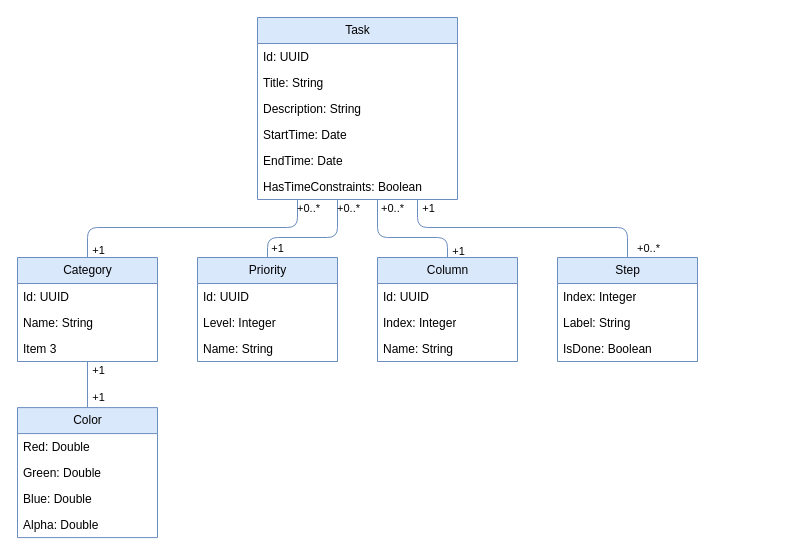
The draw.io diagram Documentation/Diagrams/data.drawio in badalnoky/TaskWise, before the edit. Source tidied: cells renumbered, new cells numbered last; positions are measured from the earlier drawing's top-left corner, leaving out a move shared by most shapes. Both pictures are drawn from the tidied source at 100%, with x=0, y=0 at pixel (17, 17).
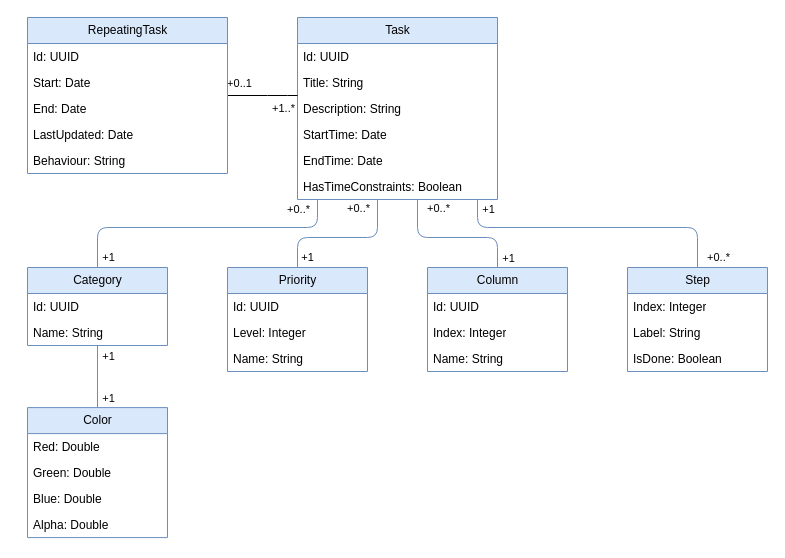
After the change.

Unchanged cells that the change refers to:
```xml
<mxCell id="37" style="edgeStyle=orthogonalEdgeStyle;rounded=0;jettySize=auto;html=1;entryX=0.5;entryY=0;entryDx=0;entryDy=0;fillColor=#dae8fc;strokeColor=#6c8ebf;endArrow=none;endFill=0;" parent="1" edge="1" source="40" target="24">
  <mxGeometry relative="1" as="geometry" />
</mxCell>
```

Change to the diagram source:
```diff
@@
     <mxCell id="2" style="edgeStyle=orthogonalEdgeStyle;rounded=1;jettySize=auto;html=1;entryX=0.5;entryY=0;entryDx=0;entryDy=0;fillColor=#dae8fc;strokeColor=#6c8ebf;endArrow=none;endFill=0;" parent="1" edge="1" source="13" target="40">
       <mxGeometry relative="1" as="geometry">
         <Array as="points">
-          <mxPoint x="280" y="210" />
-          <mxPoint x="70" y="210" />
+          <mxPoint x="300" y="210" />
+          <mxPoint x="80" y="210" />
         </Array>
       </mxGeometry>
     </mxCell>
     <mxCell id="3" value="+1" style="edgeLabel;html=1;align=center;verticalAlign=middle;labelBackgroundColor=none;" parent="2" vertex="1">
       <mxGeometry x="0.92" y="2" relative="1" as="geometry">
-        <mxPoint x="8" y="3" as="offset" />
+        <mxPoint x="8" y="1" as="offset" />
       </mxGeometry>
     </mxCell>
     <mxCell id="4" value="+0..*" style="edgeLabel;html=1;align=center;verticalAlign=middle;labelBackgroundColor=none;" parent="2" vertex="1">
       <mxGeometry x="-0.93" relative="1" as="geometry">
-        <mxPoint x="10" y="-1" as="offset" />
+        <mxPoint x="-20" y="-1" as="offset" />
       </mxGeometry>
     </mxCell>
     <mxCell id="5" value="+1" style="edgeStyle=orthogonalEdgeStyle;rounded=1;jettySize=auto;html=1;fillColor=#dae8fc;strokeColor=#6c8ebf;endArrow=none;endFill=0;labelBackgroundColor=none;" parent="1" edge="1" source="13" target="20">
       <mxGeometry x="0.86" y="10" relative="1" as="geometry">
         <Array as="points">
-          <mxPoint x="320" y="220" />
-          <mxPoint x="250" y="220" />
+          <mxPoint x="360" y="220" />
+          <mxPoint x="280" y="220" />
         </Array>
       </mxGeometry>
     </mxCell>
     <mxCell id="6" value="+0..*" style="edgeLabel;html=1;align=center;verticalAlign=middle;labelBackgroundColor=none;" parent="5" vertex="1">
       <mxGeometry relative="1" as="geometry">
-        <mxPoint x="36" y="-30" as="offset" />
+        <mxPoint x="16" y="-30" as="offset" />
       </mxGeometry>
     </mxCell>
     <mxCell id="7" style="edgeStyle=orthogonalEdgeStyle;rounded=1;jettySize=auto;html=1;entryX=0.5;entryY=0;entryDx=0;entryDy=0;fillColor=#dae8fc;strokeColor=#6c8ebf;endArrow=none;endFill=0;" parent="1" edge="1" source="13" target="29">
       <mxGeometry relative="1" as="geometry">
         <Array as="points">
-          <mxPoint x="360" y="220" />
-          <mxPoint x="430" y="220" />
+          <mxPoint x="400" y="220" />
+          <mxPoint x="480" y="220" />
         </Array>
       </mxGeometry>
     </mxCell>
@@
     <mxCell id="9" value="+0..*" style="edgeLabel;html=1;align=center;verticalAlign=middle;labelBackgroundColor=none;" parent="7" vertex="1">
       <mxGeometry relative="1" as="geometry">
-        <mxPoint x="-12" y="-30" as="offset" />
+        <mxPoint x="-16" y="-30" as="offset" />
       </mxGeometry>
     </mxCell>
     <mxCell id="10" style="edgeStyle=orthogonalEdgeStyle;rounded=1;jettySize=auto;html=1;entryX=0.5;entryY=0;entryDx=0;entryDy=0;fillColor=#dae8fc;strokeColor=#6c8ebf;endArrow=none;endFill=0;" parent="1" edge="1" source="13" target="33">
       <mxGeometry relative="1" as="geometry">
         <Array as="points">
-          <mxPoint x="400" y="210" />
-          <mxPoint x="610" y="210" />
+          <mxPoint x="460" y="210" />
+          <mxPoint x="680" y="210" />
         </Array>
       </mxGeometry>
     </mxCell>
@@
     <mxCell id="13" value="Task" style="swimlane;fontStyle=0;horizontal=1;startSize=26;fillColor=#dae8fc;html=1;strokeColor=#6c8ebf;" parent="1" vertex="1">
-      <mxGeometry x="240" width="200" height="182" as="geometry" />
+      <mxGeometry x="280" width="200" height="182" as="geometry" />
     </mxCell>
@@
     <mxCell id="20" value="Priority" style="swimlane;fontStyle=0;horizontal=1;startSize=26;fillColor=#dae8fc;html=1;strokeColor=#6c8ebf;" parent="1" vertex="1">
-      <mxGeometry x="180" y="240" width="140" height="104" as="geometry" />
+      <mxGeometry x="210" y="250" width="140" height="104" as="geometry" />
     </mxCell>
@@
     <mxCell id="24" value="Color" style="swimlane;fontStyle=0;horizontal=1;startSize=26;fillColor=#dae8fc;html=1;strokeColor=#6c8ebf;" parent="1" vertex="1">
-      <mxGeometry y="390.1" width="140" height="130" as="geometry" />
+      <mxGeometry x="10" y="390.1" width="140" height="130" as="geometry" />
     </mxCell>
@@
     <mxCell id="29" value="Column" style="swimlane;fontStyle=0;horizontal=1;startSize=26;fillColor=#dae8fc;html=1;strokeColor=#6c8ebf;" parent="1" vertex="1">
-      <mxGeometry x="360" y="240" width="140" height="104" as="geometry" />
+      <mxGeometry x="410" y="250" width="140" height="104" as="geometry" />
     </mxCell>
@@
     <mxCell id="33" value="Step" style="swimlane;fontStyle=0;horizontal=1;startSize=26;fillColor=#dae8fc;html=1;strokeColor=#6c8ebf;" parent="1" vertex="1">
-      <mxGeometry x="540" y="240" width="140" height="104" as="geometry" />
+      <mxGeometry x="610" y="250" width="140" height="104" as="geometry" />
     </mxCell>
@@
     <mxCell id="38" value="+1" style="edgeLabel;html=1;align=center;verticalAlign=middle;labelBackgroundColor=none;" parent="37" vertex="1">
       <mxGeometry x="0.23" y="4" relative="1" as="geometry">
-        <mxPoint x="6" y="7" as="offset" />
+        <mxPoint x="6" y="14" as="offset" />
       </mxGeometry>
     </mxCell>
@@
     <mxCell id="40" value="Category" style="swimlane;fontStyle=0;horizontal=1;startSize=26;fillColor=#dae8fc;html=1;strokeColor=#6c8ebf;" parent="1" vertex="1">
-      <mxGeometry y="240" width="140" height="104" as="geometry" />
+      <mxGeometry x="10" y="250" width="140" height="78" as="geometry" />
     </mxCell>
@@
-    <mxCell id="43" value="Item 3" style="text;align=left;verticalAlign=top;spacingLeft=4;spacingRight=4;overflow=hidden;whiteSpace=wrap;html=1;" parent="40" vertex="1">
-      <mxGeometry y="78" width="140" height="26" as="geometry" />
-    </mxCell>
+    <mxCell id="44" style="edgeStyle=orthogonalEdgeStyle;rounded=1;jettySize=auto;html=1;curved=0;endArrow=none;endFill=0;" parent="1" edge="1" source="47">
+      <mxGeometry relative="1" as="geometry">
+        <mxPoint x="280" y="78" as="targetPoint" />
+        <Array as="points">
+          <mxPoint x="260" y="78" />
+          <mxPoint x="260" y="78" />
+        </Array>
+      </mxGeometry>
+    </mxCell>
+    <mxCell id="45" value="+0..1" style="edgeLabel;html=1;align=center;verticalAlign=middle;" parent="44" vertex="1">
+      <mxGeometry x="-0.69" y="1" relative="1" as="geometry">
+        <mxPoint y="-12" as="offset" />
+      </mxGeometry>
+    </mxCell>
+    <mxCell id="46" value="+1..*" style="edgeLabel;html=1;align=center;verticalAlign=middle;" parent="44" vertex="1">
+      <mxGeometry x="0.57" y="3" relative="1" as="geometry">
+        <mxPoint y="15" as="offset" />
+      </mxGeometry>
+    </mxCell>
+    <mxCell id="47" value="RepeatingTask" style="swimlane;fontStyle=0;horizontal=1;startSize=26;fillColor=#dae8fc;html=1;strokeColor=#6c8ebf;" parent="1" vertex="1">
+      <mxGeometry x="10" width="200" height="156" as="geometry" />
+    </mxCell>
+    <mxCell id="48" value="Id: UUID" style="text;align=left;verticalAlign=top;spacingLeft=4;spacingRight=4;overflow=hidden;whiteSpace=wrap;html=1;" parent="47" vertex="1">
+      <mxGeometry y="26" width="200" height="26" as="geometry" />
+    </mxCell>
+    <mxCell id="49" value="Start: Date" style="text;align=left;verticalAlign=top;spacingLeft=4;spacingRight=4;overflow=hidden;whiteSpace=wrap;html=1;" parent="47" vertex="1">
+      <mxGeometry y="52" width="200" height="26" as="geometry" />
+    </mxCell>
+    <mxCell id="50" value="End: Date" style="text;align=left;verticalAlign=top;spacingLeft=4;spacingRight=4;overflow=hidden;whiteSpace=wrap;html=1;" parent="47" vertex="1">
+      <mxGeometry y="78" width="200" height="26" as="geometry" />
+    </mxCell>
+    <mxCell id="51" value="LastUpdated: Date" style="text;align=left;verticalAlign=top;spacingLeft=4;spacingRight=4;overflow=hidden;whiteSpace=wrap;html=1;" parent="47" vertex="1">
+      <mxGeometry y="104" width="200" height="26" as="geometry" />
+    </mxCell>
+    <mxCell id="52" value="Behaviour: String&lt;div&gt;&lt;br&gt;&lt;/div&gt;" style="text;align=left;verticalAlign=top;spacingLeft=4;spacingRight=4;overflow=hidden;whiteSpace=wrap;html=1;" parent="47" vertex="1">
+      <mxGeometry y="130" width="200" height="26" as="geometry" />
+    </mxCell>
```
